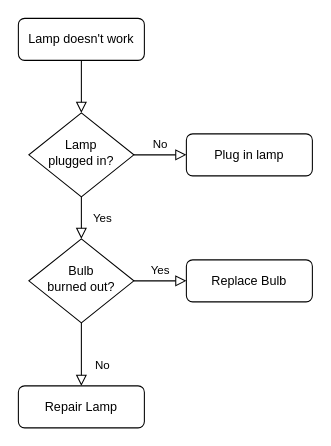
Before: 未命名绘图.drawio in Ama0806/NotionNext, a draw.io diagram. Source tidied: cells renumbered, new cells numbered last; positions are measured from the earlier drawing's top-left corner, leaving out a move shared by most shapes. Both pictures are drawn from the tidied source at 105%, with x=0, y=0 at pixel (18, 18).
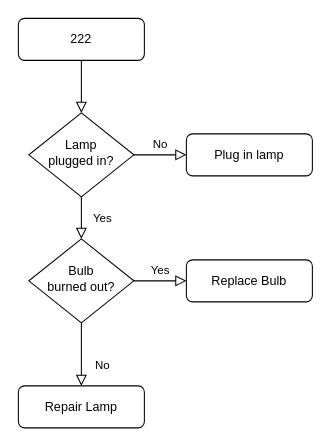
Above is the later version.

Commit message:
更新未命名绘图.drawio

Diff of the diagram source:
```diff
@@
 <mxGraphModel>
   <root>
     <mxCell id="0" />
     <mxCell id="1" parent="0" />
     <mxCell id="2" style="rounded=0;html=1;jettySize=auto;fontSize=11;endArrow=block;endFill=0;endSize=8;strokeWidth=1;shadow=0;labelBackgroundColor=none;edgeStyle=orthogonalEdgeStyle;" parent="1" edge="1" source="3" target="6">
       <mxGeometry relative="1" as="geometry" />
     </mxCell>
-    <mxCell id="3" value="Lamp doesn't work" style="rounded=1;whiteSpace=wrap;html=1;fontSize=12;glass=0;strokeWidth=1;shadow=0;" parent="1" vertex="1">
+    <mxCell id="3" value="222" style="rounded=1;whiteSpace=wrap;html=1;fontSize=12;glass=0;strokeWidth=1;shadow=0;" parent="1" vertex="1">
       <mxGeometry width="120" height="40" as="geometry" />
     </mxCell>
     <mxCell id="4" value="Yes" style="rounded=0;html=1;jettySize=auto;fontSize=11;endArrow=block;endFill=0;endSize=8;strokeWidth=1;shadow=0;labelBackgroundColor=none;edgeStyle=orthogonalEdgeStyle;" parent="1" edge="1" source="6" target="10">
       <mxGeometry y="20" relative="1" as="geometry" />
     </mxCell>
     <mxCell id="5" value="No" style="edgeStyle=orthogonalEdgeStyle;rounded=0;html=1;jettySize=auto;fontSize=11;endArrow=block;endFill=0;endSize=8;strokeWidth=1;shadow=0;labelBackgroundColor=none;" parent="1" edge="1" source="6" target="7">
       <mxGeometry y="10" relative="1" as="geometry" />
     </mxCell>
     <mxCell id="6" value="Lamp&lt;br&gt;plugged in?" style="rhombus;whiteSpace=wrap;html=1;shadow=0;fontFamily=Helvetica;fontSize=12;align=center;strokeWidth=1;spacing=6;spacingTop=-4;" parent="1" vertex="1">
       <mxGeometry x="10" y="90" width="100" height="80" as="geometry" />
     </mxCell>
     <mxCell id="7" value="Plug in lamp" style="rounded=1;whiteSpace=wrap;html=1;fontSize=12;glass=0;strokeWidth=1;shadow=0;" parent="1" vertex="1">
       <mxGeometry x="160" y="110" width="120" height="40" as="geometry" />
     </mxCell>
     <mxCell id="8" value="No" style="rounded=0;html=1;jettySize=auto;fontSize=11;endArrow=block;endFill=0;endSize=8;strokeWidth=1;shadow=0;labelBackgroundColor=none;edgeStyle=orthogonalEdgeStyle;" parent="1" edge="1" source="10" target="11">
       <mxGeometry x="0.33" y="20" relative="1" as="geometry" />
     </mxCell>
     <mxCell id="9" value="Yes" style="edgeStyle=orthogonalEdgeStyle;rounded=0;html=1;jettySize=auto;fontSize=11;endArrow=block;endFill=0;endSize=8;strokeWidth=1;shadow=0;labelBackgroundColor=none;" parent="1" edge="1" source="10" target="12">
       <mxGeometry y="10" relative="1" as="geometry" />
     </mxCell>
     <mxCell id="10" value="Bulb&lt;br&gt;burned out?" style="rhombus;whiteSpace=wrap;html=1;shadow=0;fontFamily=Helvetica;fontSize=12;align=center;strokeWidth=1;spacing=6;spacingTop=-4;" parent="1" vertex="1">
       <mxGeometry x="10" y="210" width="100" height="80" as="geometry" />
     </mxCell>
     <mxCell id="11" value="Repair Lamp" style="rounded=1;whiteSpace=wrap;html=1;fontSize=12;glass=0;strokeWidth=1;shadow=0;" parent="1" vertex="1">
       <mxGeometry y="350" width="120" height="40" as="geometry" />
     </mxCell>
     <mxCell id="12" value="Replace Bulb" style="rounded=1;whiteSpace=wrap;html=1;fontSize=12;glass=0;strokeWidth=1;shadow=0;" parent="1" vertex="1">
       <mxGeometry x="160" y="230" width="120" height="40" as="geometry" />
     </mxCell>
   </root>
 </mxGraphModel>
```
